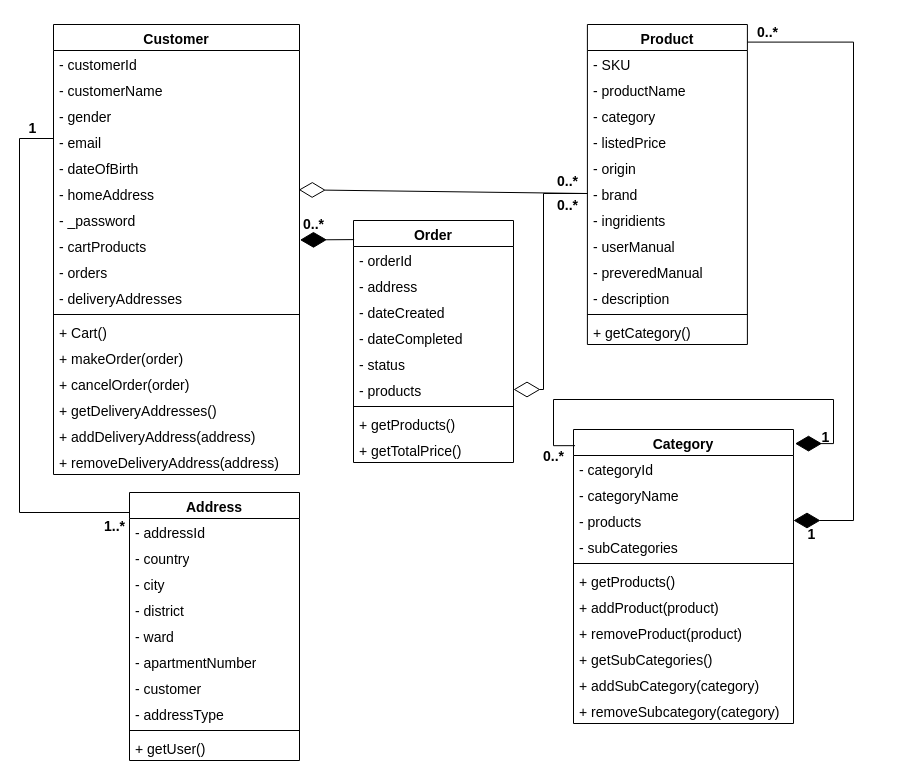
Above: page "Class Diagram" (7 of 12) of document/diagram/PBL03.drawio in BlenDMinh/PBL03 (draw.io), before the change. Source tidied: cells renumbered, new cells numbered last; positions are measured from the earlier drawing's top-left corner, leaving out a move shared by most shapes. Both pictures are drawn from the tidied source at 100%, with x=0, y=0 at pixel (17, 17).
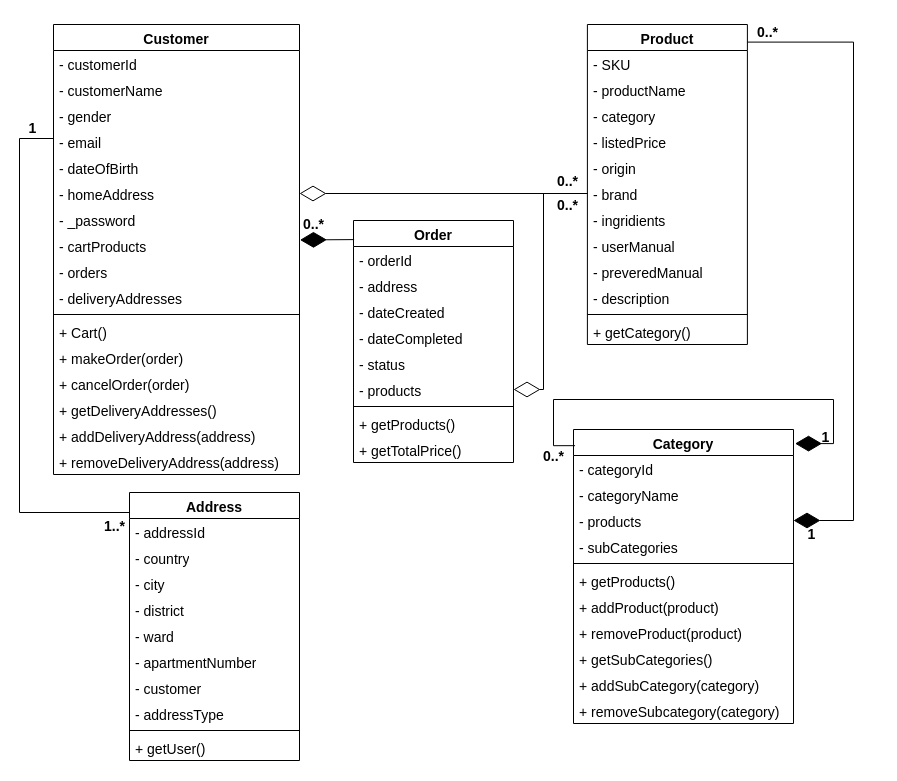
Above is the later version.

Unchanged cells that the change refers to:
```xml
<mxCell id="8" value="- homeAddress" style="text;strokeColor=none;fillColor=none;align=left;verticalAlign=top;spacingLeft=4;spacingRight=4;overflow=hidden;points=[[0,0.5],[1,0.5]];portConstraint=eastwest;whiteSpace=wrap;html=1;fontSize=14;" parent="2" vertex="1">
  <mxGeometry y="156" width="246" height="26" as="geometry" />
</mxCell>
<mxCell id="47" value="- brand" style="text;strokeColor=none;fillColor=none;align=left;verticalAlign=top;spacingLeft=4;spacingRight=4;overflow=hidden;points=[[0,0.5],[1,0.5]];portConstraint=eastwest;whiteSpace=wrap;html=1;fontSize=14;" parent="41" vertex="1">
  <mxGeometry y="156" width="160" height="26" as="geometry" />
</mxCell>
```

Diff of the diagram source:
```diff
@@
-    <mxCell id="73" style="endArrow=diamondThin;endFill=0;endSize=24;html=1;rounded=0;entryX=0.997;entryY=0.357;entryDx=0;entryDy=0;exitX=0;exitY=0.5;exitDx=0;exitDy=0;entryPerimeter=0;fontSize=14;" parent="1" edge="1" source="47" target="8">
+    <mxCell id="73" style="endArrow=diamondThin;endFill=0;endSize=24;html=1;rounded=0;entryX=1;entryY=0.5;entryDx=0;entryDy=0;exitX=0;exitY=0.5;exitDx=0;exitDy=0;fontSize=14;" parent="1" edge="1" source="47" target="8">
       <mxGeometry relative="1" as="geometry" />
     </mxCell>
```
